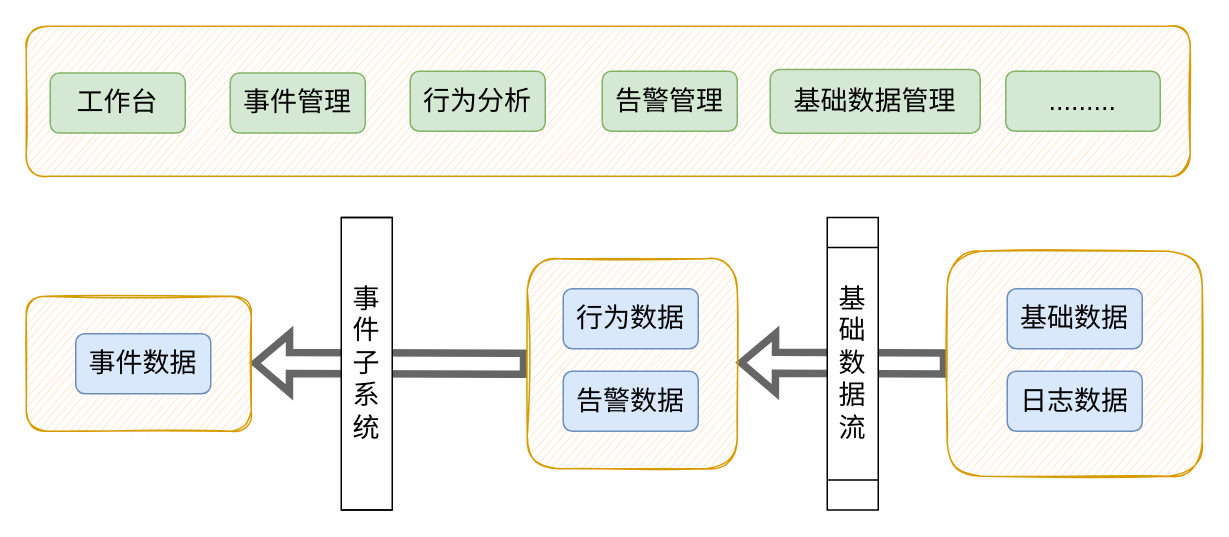
Earlier version of the draw.io diagram 未命名绘图.drawio (Rocks526/picture-repository). Source tidied: cells renumbered, new cells numbered last; positions are measured from the earlier drawing's top-left corner, leaving out a move shared by most shapes. Both pictures are drawn from the tidied source at 150%, with x=0, y=0 at pixel (26, 26).
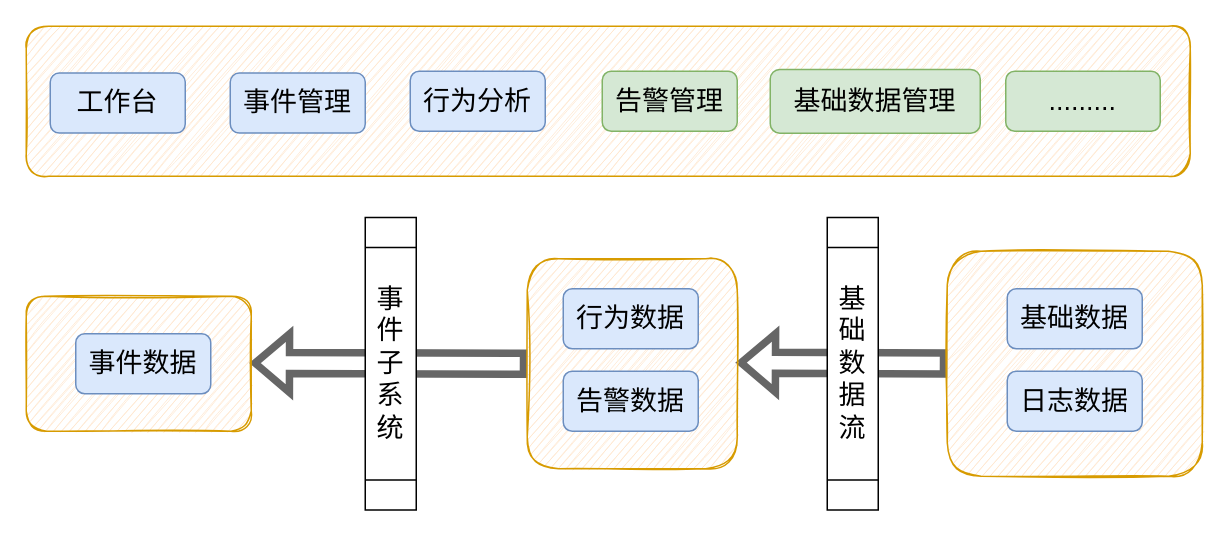
After the change.

Commit message (it also covers changes not shown here):
更新未命名绘图.drawio

Diff of the diagram source:
```diff
@@
-    <mxCell id="13" value="事件子系统" style="shape=process;whiteSpace=wrap;html=1;backgroundOutline=1;shadow=0;glass=0;sketch=0;fontSize=18;gradientColor=none;direction=south;size=0;" parent="1" vertex="1">
-      <mxGeometry x="210" y="127.5" width="34" height="195" as="geometry" />
-    </mxCell>
@@
-    <mxCell id="18" value="&lt;span style=&quot;font-size: 18px;&quot;&gt;行为分析&lt;/span&gt;" style="rounded=1;whiteSpace=wrap;html=1;fillColor=#d5e8d4;strokeColor=#82b366;" parent="1" vertex="1">
+    <mxCell id="18" value="&lt;span style=&quot;font-size: 18px;&quot;&gt;行为分析&lt;/span&gt;" style="rounded=1;whiteSpace=wrap;html=1;fillColor=#dae8fc;strokeColor=#6c8ebf;" parent="1" vertex="1">
       <mxGeometry x="256" y="30" width="90" height="40" as="geometry" />
     </mxCell>
-    <mxCell id="19" value="&lt;span style=&quot;font-size: 18px;&quot;&gt;事件管理&lt;/span&gt;" style="rounded=1;whiteSpace=wrap;html=1;fillColor=#d5e8d4;strokeColor=#82b366;" parent="1" vertex="1">
+    <mxCell id="19" value="&lt;span style=&quot;font-size: 18px;&quot;&gt;事件管理&lt;/span&gt;" style="rounded=1;whiteSpace=wrap;html=1;fillColor=#dae8fc;strokeColor=#6c8ebf;" parent="1" vertex="1">
       <mxGeometry x="136" y="31.2" width="90" height="40" as="geometry" />
     </mxCell>
-    <mxCell id="20" value="&lt;span style=&quot;font-size: 18px;&quot;&gt;工作台&lt;/span&gt;" style="rounded=1;whiteSpace=wrap;html=1;fillColor=#d5e8d4;strokeColor=#82b366;" parent="1" vertex="1">
+    <mxCell id="20" value="&lt;span style=&quot;font-size: 18px;&quot;&gt;工作台&lt;/span&gt;" style="rounded=1;whiteSpace=wrap;html=1;fillColor=#dae8fc;strokeColor=#6c8ebf;" parent="1" vertex="1">
       <mxGeometry x="16" y="31.2" width="90" height="40" as="geometry" />
     </mxCell>
+    <mxCell id="13" value="事件子系统" style="shape=process;whiteSpace=wrap;html=1;backgroundOutline=1;shadow=0;glass=0;sketch=0;fontSize=18;gradientColor=none;direction=south;" parent="1" vertex="1">
+      <mxGeometry x="226" y="127.5" width="34" height="195" as="geometry" />
+    </mxCell>
```
